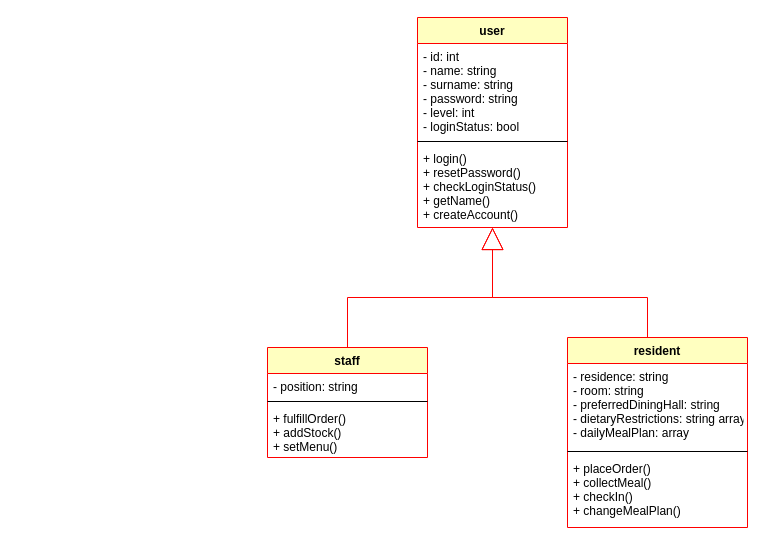
The draw.io diagram diagrams/logical_view_class_diagram.drawio in JulianVJacobs/SDP, before the edit. Source tidied: cells renumbered, new cells numbered last; positions are measured from the earlier drawing's top-left corner, leaving out a move shared by most shapes. Both pictures are drawn from the tidied source at 100%, with x=0, y=0 at pixel (267, 17).
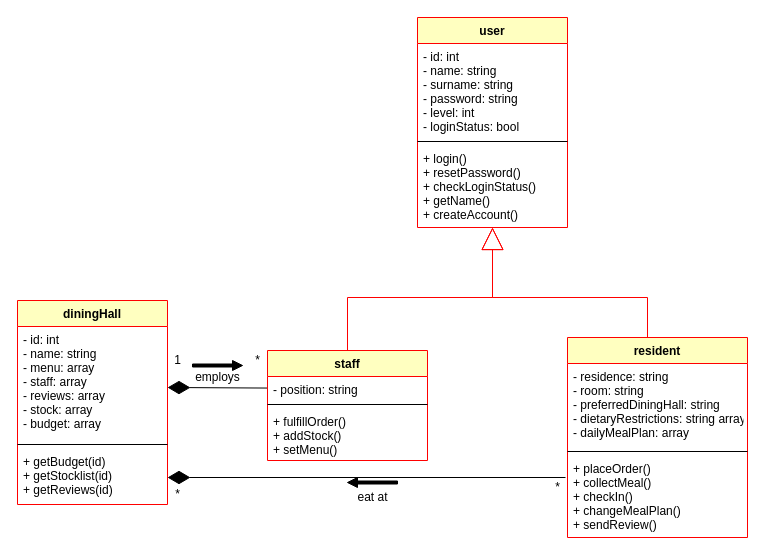
Above is the later version.

The change refers to these unchanged cells:
```xml
<mxCell id="9" value="- position: string" style="text;strokeColor=none;fillColor=none;align=left;verticalAlign=top;spacingLeft=4;spacingRight=4;overflow=hidden;points=[[0,0.5],[1,0.5]];portConstraint=eastwest;" parent="8" vertex="1">
  <mxGeometry y="26" width="160" height="24" as="geometry" />
</mxCell>
```

What changed in the source:
```diff
@@
+    <mxCell id="12" value="resident" style="swimlane;fontStyle=1;align=center;verticalAlign=top;horizontal=1;startSize=26;strokeColor=#FF0000;fillColor=#ffffc0;" parent="1" vertex="1">
+      <mxGeometry x="300" y="320" width="180" height="200" as="geometry" />
+    </mxCell>
+    <mxCell id="13" value="- residence: string&#10;- room: string&#10;- preferredDiningHall: string&#10;- dietaryRestrictions: string array&#10;- dailyMealPlan: array&#10;&#10;" style="text;strokeColor=none;fillColor=none;align=left;verticalAlign=top;spacingLeft=4;spacingRight=4;overflow=hidden;" parent="12" vertex="1">
+      <mxGeometry y="26" width="180" height="84" as="geometry" />
+    </mxCell>
+    <mxCell id="14" style="line;strokeWidth=1;fillColor=none;align=left;verticalAlign=middle;spacingTop=-1;spacingLeft=3;spacingRight=3;labelPosition=right;" parent="12" vertex="1">
+      <mxGeometry y="110" width="180" height="8" as="geometry" />
+    </mxCell>
+    <mxCell id="15" value="+ placeOrder()&#10;+ collectMeal()&#10;+ checkIn()&#10;+ changeMealPlan()&#10;+ sendReview()&#10;" style="text;strokeColor=none;fillColor=none;align=left;verticalAlign=top;spacingLeft=4;spacingRight=4;overflow=hidden;" parent="12" vertex="1">
+      <mxGeometry y="118" width="180" height="82" as="geometry" />
+    </mxCell>
+    <mxCell id="16" style="rounded=0;jettySize=auto;html=1;endArrow=diamondThin;endFill=1;strokeWidth=1;startArrow=none;startFill=0;endSize=20;" parent="1" edge="1" source="9">
+      <mxGeometry relative="1" as="geometry">
+        <mxPoint x="-100" y="370" as="targetPoint" />
+      </mxGeometry>
+    </mxCell>
+    <mxCell id="17" value="1" style="text;html=1;align=center;verticalAlign=middle;" parent="1" vertex="1">
+      <mxGeometry x="-100" y="333" width="20" height="20" as="geometry" />
+    </mxCell>
+    <mxCell id="18" value="employs" style="text;html=1;align=center;verticalAlign=middle;" parent="1" vertex="1">
+      <mxGeometry x="-80" y="350" width="60" height="20" as="geometry" />
+    </mxCell>
+    <mxCell id="19" value="*" style="text;html=1;align=center;verticalAlign=middle;" parent="1" vertex="1">
+      <mxGeometry x="-20" y="333" width="20" height="20" as="geometry" />
+    </mxCell>
+    <mxCell id="20" style="edgeStyle=orthogonalEdgeStyle;rounded=0;jettySize=auto;html=1;startArrow=none;startFill=0;endArrow=diamondThin;endFill=1;endSize=20;strokeWidth=1;" parent="1" edge="1" target="24">
+      <mxGeometry relative="1" as="geometry">
+        <mxPoint x="298" y="460" as="sourcePoint" />
+        <Array as="points">
+          <mxPoint x="298" y="460" />
+        </Array>
+      </mxGeometry>
+    </mxCell>
+    <mxCell id="21" value="diningHall" style="swimlane;fontStyle=1;align=center;verticalAlign=top;horizontal=1;startSize=26;strokeColor=#FF0000;fillColor=#ffffc0;" parent="1" vertex="1">
+      <mxGeometry x="-250" y="283" width="150" height="204" as="geometry" />
+    </mxCell>
+    <mxCell id="22" value="- id: int&#10;- name: string&#10;- menu: array&#10;- staff: array&#10;- reviews: array&#10;- stock: array&#10;- budget: array&#10;" style="text;strokeColor=none;fillColor=none;align=left;verticalAlign=top;spacingLeft=4;spacingRight=4;overflow=hidden;" parent="21" vertex="1">
+      <mxGeometry y="26" width="150" height="114" as="geometry" />
+    </mxCell>
+    <mxCell id="23" style="line;strokeWidth=1;fillColor=none;align=left;verticalAlign=middle;spacingTop=-1;spacingLeft=3;spacingRight=3;labelPosition=right;" parent="21" vertex="1">
+      <mxGeometry y="140" width="150" height="8" as="geometry" />
+    </mxCell>
+    <mxCell id="24" value="+ getBudget(id)&#10;+ getStocklist(id)&#10;+ getReviews(id)&#10;" style="text;strokeColor=none;fillColor=none;align=left;verticalAlign=top;spacingLeft=4;spacingRight=4;overflow=hidden;points=[[0,0.5],[1,0.5]];portConstraint=eastwest;" parent="21" vertex="1">
+      <mxGeometry y="148" width="150" height="56" as="geometry" />
+    </mxCell>
     <mxCell id="8" value="staff" style="swimlane;fontStyle=1;align=center;verticalAlign=top;horizontal=1;startSize=26;strokeColor=#FF0000;fillColor=#ffffc0;" parent="1" vertex="1">
-      <mxGeometry y="330" width="160" height="110" as="geometry" />
+      <mxGeometry y="333" width="160" height="110" as="geometry" />
     </mxCell>
@@
-    <mxCell id="12" value="resident" style="swimlane;fontStyle=1;align=center;verticalAlign=top;horizontal=1;startSize=26;strokeColor=#FF0000;fillColor=#ffffc0;" parent="1" vertex="1">
-      <mxGeometry x="300" y="320" width="180" height="190" as="geometry" />
-    </mxCell>
-    <mxCell id="13" value="- residence: string&#10;- room: string&#10;- preferredDiningHall: string&#10;- dietaryRestrictions: string array&#10;- dailyMealPlan: array&#10;&#10;" style="text;strokeColor=none;fillColor=none;align=left;verticalAlign=top;spacingLeft=4;spacingRight=4;overflow=hidden;" parent="12" vertex="1">
-      <mxGeometry y="26" width="180" height="84" as="geometry" />
-    </mxCell>
-    <mxCell id="14" style="line;strokeWidth=1;fillColor=none;align=left;verticalAlign=middle;spacingTop=-1;spacingLeft=3;spacingRight=3;labelPosition=right;" parent="12" vertex="1">
-      <mxGeometry y="110" width="180" height="8" as="geometry" />
-    </mxCell>
-    <mxCell id="15" value="+ placeOrder()&#10;+ collectMeal()&#10;+ checkIn()&#10;+ changeMealPlan()&#10;" style="text;strokeColor=none;fillColor=none;align=left;verticalAlign=top;spacingLeft=4;spacingRight=4;overflow=hidden;" parent="12" vertex="1">
-      <mxGeometry y="118" width="180" height="72" as="geometry" />
-    </mxCell>
+    <mxCell id="25" style="shape=singleArrow;direction=west;whiteSpace=wrap;html=1;fillColor=#000000;rotation=-180;" parent="1" vertex="1">
+      <mxGeometry x="-75" y="343" width="50" height="10" as="geometry" />
+    </mxCell>
+    <mxCell id="26" style="shape=singleArrow;direction=west;whiteSpace=wrap;html=1;fillColor=#000000;rotation=0;" parent="1" vertex="1">
+      <mxGeometry x="80" y="460" width="50" height="10" as="geometry" />
+    </mxCell>
+    <mxCell id="27" value="*" style="text;html=1;align=center;verticalAlign=middle;" parent="1" vertex="1">
+      <mxGeometry x="280" y="460" width="20" height="20" as="geometry" />
+    </mxCell>
+    <mxCell id="28" value="*" style="text;html=1;align=center;verticalAlign=middle;" parent="1" vertex="1">
+      <mxGeometry x="-100" y="467" width="20" height="20" as="geometry" />
+    </mxCell>
+    <mxCell id="29" value="&lt;div&gt;eat at&lt;/div&gt;" style="text;html=1;align=center;verticalAlign=middle;" parent="1" vertex="1">
+      <mxGeometry x="85" y="470" width="40" height="20" as="geometry" />
+    </mxCell>
```
